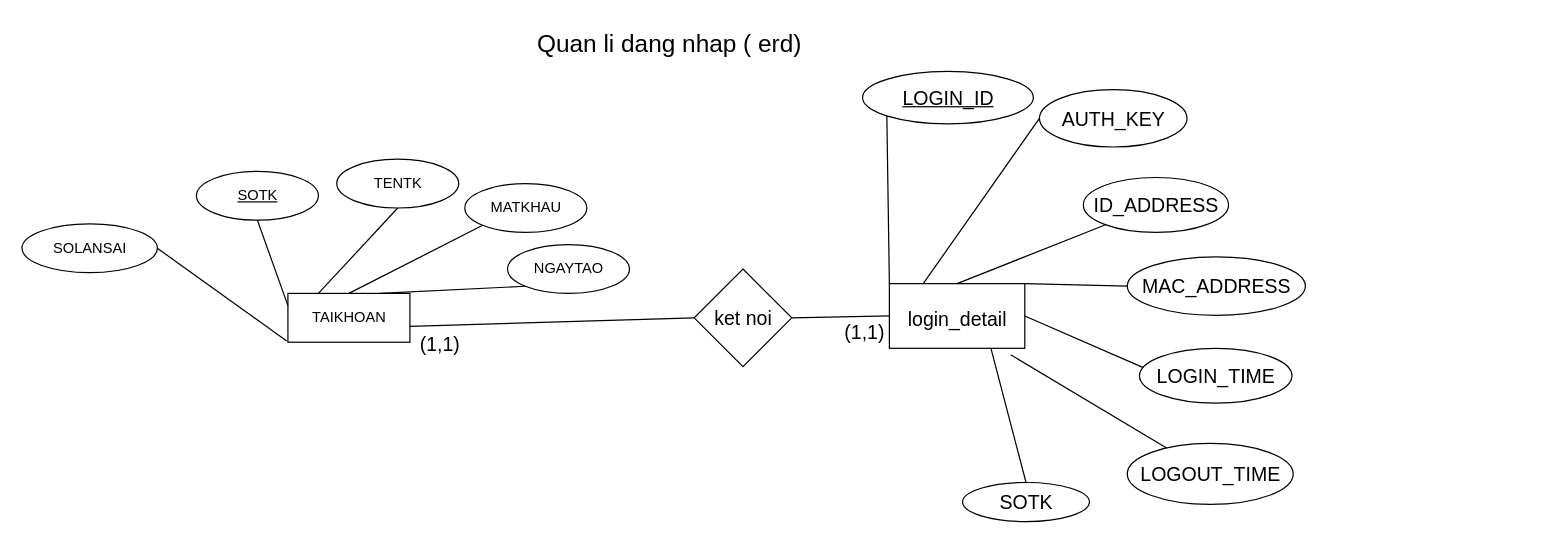
The draw.io diagram Login_TaiKhoan_QuanLiPhanQuyen/Login/ERD/DangNhap.drawio in VoHoangDai/CNPM, before the edit. Source tidied: cells renumbered, new cells numbered last; positions are measured from the earlier drawing's top-left corner, leaving out a move shared by most shapes. Both pictures are drawn from the tidied source at 122%, with x=0, y=0 at pixel (21, 21).
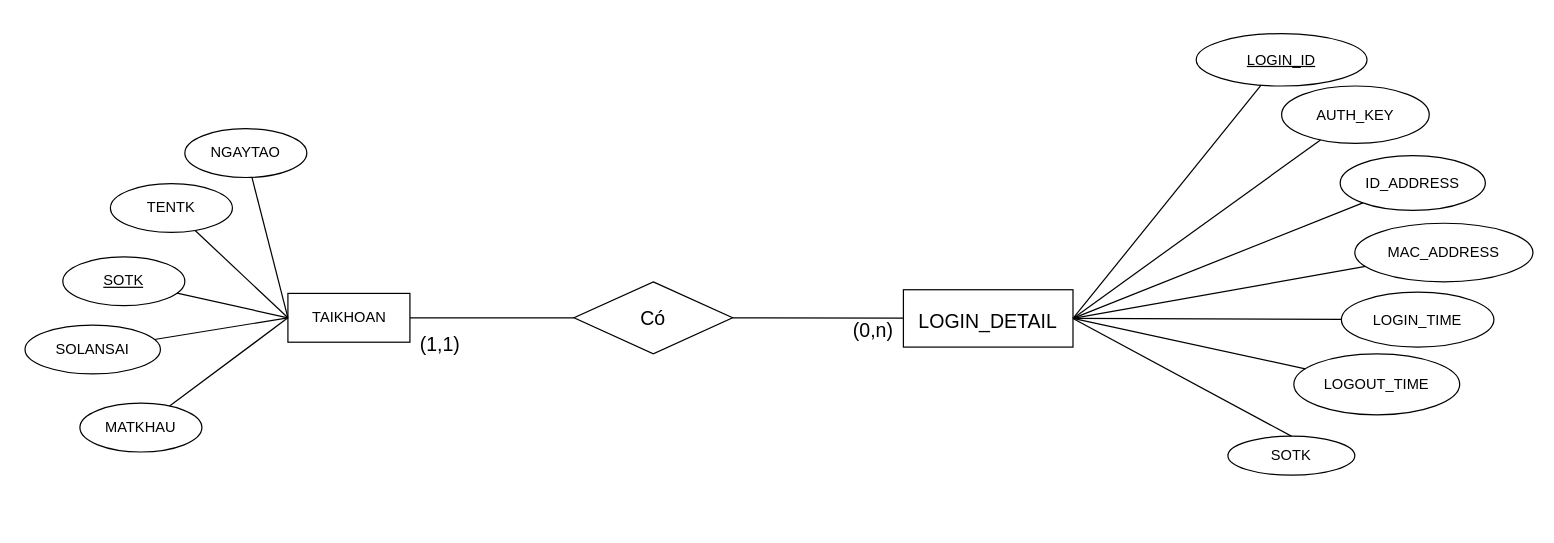
After the change.

Unchanged cells that the change refers to:
```xml
<mxCell id="2" value="TAIKHOAN" style="whiteSpace=wrap;html=1;align=center;" parent="1" vertex="1">
  <mxGeometry x="218.5" y="223" width="100" height="40" as="geometry" />
</mxCell>
```

What changed in the source:
```diff
@@
     <mxCell id="3" value="SOTK" style="ellipse;whiteSpace=wrap;html=1;align=center;fontStyle=4;" parent="1" vertex="1">
-      <mxGeometry x="143.5" y="123" width="100" height="40" as="geometry" />
+      <mxGeometry x="34" y="193" width="100" height="40" as="geometry" />
     </mxCell>
     <mxCell id="4" value="TENTK" style="ellipse;whiteSpace=wrap;html=1;align=center;" parent="1" vertex="1">
-      <mxGeometry x="258.5" y="113" width="100" height="40" as="geometry" />
+      <mxGeometry x="73" y="133" width="100" height="40" as="geometry" />
     </mxCell>
     <mxCell id="5" value="MATKHAU" style="ellipse;whiteSpace=wrap;html=1;align=center;" parent="1" vertex="1">
-      <mxGeometry x="363.5" y="133" width="100" height="40" as="geometry" />
+      <mxGeometry x="48" y="313" width="100" height="40" as="geometry" />
     </mxCell>
     <mxCell id="6" value="NGAYTAO" style="ellipse;whiteSpace=wrap;html=1;align=center;" parent="1" vertex="1">
-      <mxGeometry x="398.5" y="183" width="100" height="40" as="geometry" />
+      <mxGeometry x="134" y="88" width="100" height="40" as="geometry" />
     </mxCell>
     <mxCell id="7" value="SOLANSAI" style="ellipse;whiteSpace=wrap;html=1;align=center;" parent="1" vertex="1">
-      <mxGeometry x="0.5" y="166" width="111" height="40" as="geometry" />
+      <mxGeometry x="3" y="249" width="111" height="40" as="geometry" />
     </mxCell>
-    <mxCell id="8" style="endArrow=none;html=1;rounded=0;strokeColor=#000000;exitX=0.5;exitY=1;exitDx=0;exitDy=0;entryX=0;entryY=0.25;entryDx=0;entryDy=0;" parent="1" edge="1" source="3" target="2">
+    <mxCell id="8" style="endArrow=none;html=1;rounded=0;strokeColor=#000000;entryX=0;entryY=0.5;entryDx=0;entryDy=0;" parent="1" edge="1" source="3" target="2">
       <mxGeometry relative="1" as="geometry" />
     </mxCell>
-    <mxCell id="9" style="endArrow=none;html=1;rounded=0;strokeColor=#000000;exitX=0.5;exitY=1;exitDx=0;exitDy=0;entryX=0.25;entryY=0;entryDx=0;entryDy=0;" parent="1" edge="1" source="4" target="2">
+    <mxCell id="9" style="endArrow=none;html=1;rounded=0;strokeColor=#000000;entryX=0;entryY=0.5;entryDx=0;entryDy=0;" parent="1" edge="1" source="4" target="2">
       <mxGeometry relative="1" as="geometry" />
     </mxCell>
-    <mxCell id="10" style="endArrow=none;html=1;rounded=0;strokeColor=#000000;exitX=0;exitY=1;exitDx=0;exitDy=0;entryX=0.5;entryY=0;entryDx=0;entryDy=0;" parent="1" edge="1" source="5" target="2">
+    <mxCell id="10" style="endArrow=none;html=1;rounded=0;strokeColor=#000000;entryX=0;entryY=0.5;entryDx=0;entryDy=0;" parent="1" edge="1" source="5" target="2">
       <mxGeometry relative="1" as="geometry" />
     </mxCell>
-    <mxCell id="11" style="endArrow=none;html=1;rounded=0;strokeColor=#000000;exitX=0.75;exitY=0;exitDx=0;exitDy=0;entryX=0;entryY=1;entryDx=0;entryDy=0;" parent="1" edge="1" source="2" target="6">
+    <mxCell id="11" style="endArrow=none;html=1;rounded=0;strokeColor=#000000;exitX=0;exitY=0.5;exitDx=0;exitDy=0;" parent="1" edge="1" source="2" target="6">
       <mxGeometry relative="1" as="geometry" />
     </mxCell>
-    <mxCell id="12" style="endArrow=none;html=1;rounded=0;strokeColor=#000000;exitX=1;exitY=0.5;exitDx=0;exitDy=0;" parent="1" edge="1" source="7">
-      <mxGeometry relative="1" as="geometry">
-        <mxPoint x="217.5" y="262" as="targetPoint" />
-      </mxGeometry>
+    <mxCell id="12" style="endArrow=none;html=1;rounded=0;strokeColor=#000000;entryX=0;entryY=0.5;entryDx=0;entryDy=0;" parent="1" edge="1" source="7" target="2">
+      <mxGeometry relative="1" as="geometry" />
     </mxCell>
-    <mxCell id="13" value="&lt;font style=&quot;font-size: 20px;&quot;&gt;Quan li dang nhap ( erd)&lt;/font&gt;" style="text;html=1;align=center;verticalAlign=middle;strokeColor=none;fillColor=none;" parent="1" vertex="1">
-      <mxGeometry x="413.5" width="235" height="36" as="geometry" />
-    </mxCell>
-    <mxCell id="14" value="&lt;font style=&quot;font-size: 16px;&quot;&gt;login_detail&lt;/font&gt;" style="rounded=0;whiteSpace=wrap;html=1;fontSize=20;" parent="1" vertex="1">
-      <mxGeometry x="711.5" y="215" width="111" height="53" as="geometry" />
+    <mxCell id="14" value="&lt;font style=&quot;font-size: 16px&quot;&gt;LOGIN_DETAIL&lt;/font&gt;" style="rounded=0;whiteSpace=wrap;html=1;fontSize=20;align=center;" parent="1" vertex="1">
+      <mxGeometry x="723" y="220" width="139" height="47" as="geometry" />
     </mxCell>
-    <mxCell id="15" style="endArrow=none;html=1;rounded=0;fontSize=16;entryX=0;entryY=0.5;entryDx=0;entryDy=0;" parent="1" edge="1" target="16">
-      <mxGeometry relative="1" as="geometry">
-        <mxPoint x="318.5" y="250" as="sourcePoint" />
-      </mxGeometry>
+    <mxCell id="15" style="endArrow=none;html=1;rounded=0;fontSize=16;entryX=0;entryY=0.5;entryDx=0;entryDy=0;" parent="1" edge="1" source="2" target="16">
+      <mxGeometry relative="1" as="geometry" />
     </mxCell>
-    <mxCell id="16" value="ket noi" style="rhombus;whiteSpace=wrap;html=1;fontSize=16;" parent="1" vertex="1">
-      <mxGeometry x="551.5" y="203" width="80" height="80" as="geometry" />
+    <mxCell id="16" value="Có" style="rhombus;whiteSpace=wrap;html=1;fontSize=16;" parent="1" vertex="1">
+      <mxGeometry x="453" y="213.5" width="130" height="59" as="geometry" />
     </mxCell>
-    <mxCell id="17" style="endArrow=none;html=1;rounded=0;fontSize=16;entryX=0;entryY=0.5;entryDx=0;entryDy=0;exitX=1;exitY=0.5;exitDx=0;exitDy=0;" parent="1" edge="1" source="16" target="14">
+    <mxCell id="17" style="endArrow=none;html=1;rounded=0;fontSize=16;exitX=1;exitY=0.5;exitDx=0;exitDy=0;" parent="1" edge="1" source="16" target="14">
       <mxGeometry relative="1" as="geometry" />
     </mxCell>
@@
-    <mxCell id="19" value="(1,1)" style="text;html=1;align=center;verticalAlign=middle;strokeColor=none;fillColor=none;fontSize=16;" parent="1" vertex="1">
-      <mxGeometry x="665.5" y="239" width="51" height="31" as="geometry" />
+    <mxCell id="19" value="(0,n)" style="text;html=1;align=center;verticalAlign=middle;strokeColor=none;fillColor=none;fontSize=16;" parent="1" vertex="1">
+      <mxGeometry x="673" y="243" width="50" height="20" as="geometry" />
     </mxCell>
-    <mxCell id="20" value="&lt;u&gt;LOGIN_ID&lt;/u&gt;" style="ellipse;whiteSpace=wrap;html=1;fontSize=16;" parent="1" vertex="1">
-      <mxGeometry x="689.5" y="41" width="140" height="43" as="geometry" />
+    <mxCell id="20" value="&lt;u style=&quot;font-size: 12px;&quot;&gt;LOGIN_ID&lt;/u&gt;" style="ellipse;whiteSpace=wrap;html=1;fontSize=12;" parent="1" vertex="1">
+      <mxGeometry x="963" y="10" width="140" height="43" as="geometry" />
     </mxCell>
-    <mxCell id="21" style="endArrow=none;html=1;rounded=0;fontSize=16;entryX=0;entryY=1;entryDx=0;entryDy=0;exitX=0;exitY=0;exitDx=0;exitDy=0;" parent="1" edge="1" source="14" target="20">
+    <mxCell id="21" style="endArrow=none;html=1;rounded=0;fontSize=16;exitX=1;exitY=0.5;exitDx=0;exitDy=0;" parent="1" edge="1" source="14" target="20">
       <mxGeometry relative="1" as="geometry" />
     </mxCell>
-    <mxCell id="22" value="AUTH_KEY" style="ellipse;whiteSpace=wrap;html=1;fontSize=16;" parent="1" vertex="1">
-      <mxGeometry x="834.5" y="56" width="121" height="47" as="geometry" />
+    <mxCell id="22" value="AUTH_KEY" style="ellipse;whiteSpace=wrap;html=1;fontSize=12;" parent="1" vertex="1">
+      <mxGeometry x="1033" y="53" width="121" height="47" as="geometry" />
     </mxCell>
-    <mxCell id="23" style="endArrow=none;html=1;rounded=0;fontSize=16;entryX=0;entryY=0.5;entryDx=0;entryDy=0;exitX=0.25;exitY=0;exitDx=0;exitDy=0;" parent="1" edge="1" source="14" target="22">
+    <mxCell id="23" style="endArrow=none;html=1;rounded=0;fontSize=16;exitX=1;exitY=0.5;exitDx=0;exitDy=0;" parent="1" edge="1" source="14" target="22">
       <mxGeometry relative="1" as="geometry" />
     </mxCell>
-    <mxCell id="24" value="ID_ADDRESS" style="ellipse;whiteSpace=wrap;html=1;fontSize=16;" parent="1" vertex="1">
-      <mxGeometry x="870.5" y="128" width="119" height="45" as="geometry" />
+    <mxCell id="24" value="ID_ADDRESS" style="ellipse;whiteSpace=wrap;html=1;fontSize=12;" parent="1" vertex="1">
+      <mxGeometry x="1081" y="110" width="119" height="45" as="geometry" />
     </mxCell>
-    <mxCell id="25" style="endArrow=none;html=1;rounded=0;fontSize=16;exitX=0.5;exitY=0;exitDx=0;exitDy=0;" parent="1" edge="1" source="14" target="24">
+    <mxCell id="25" style="endArrow=none;html=1;rounded=0;fontSize=16;exitX=1;exitY=0.5;exitDx=0;exitDy=0;" parent="1" edge="1" source="14" target="24">
       <mxGeometry relative="1" as="geometry" />
     </mxCell>
-    <mxCell id="26" value="MAC_ADDRESS" style="ellipse;whiteSpace=wrap;html=1;fontSize=16;" parent="1" vertex="1">
-      <mxGeometry x="906.5" y="193" width="146" height="48" as="geometry" />
+    <mxCell id="26" value="MAC_ADDRESS" style="ellipse;whiteSpace=wrap;html=1;fontSize=12;" parent="1" vertex="1">
+      <mxGeometry x="1093" y="165.5" width="146" height="48" as="geometry" />
     </mxCell>
-    <mxCell id="27" style="endArrow=none;html=1;rounded=0;fontSize=16;entryX=0;entryY=0.5;entryDx=0;entryDy=0;exitX=1;exitY=0;exitDx=0;exitDy=0;" parent="1" edge="1" source="14" target="26">
+    <mxCell id="27" style="endArrow=none;html=1;rounded=0;fontSize=16;exitX=1;exitY=0.5;exitDx=0;exitDy=0;" parent="1" edge="1" source="14" target="26">
       <mxGeometry relative="1" as="geometry" />
     </mxCell>
-    <mxCell id="28" value="LOGIN_TIME" style="ellipse;whiteSpace=wrap;html=1;fontSize=16;" parent="1" vertex="1">
-      <mxGeometry x="916.5" y="268" width="125" height="45" as="geometry" />
+    <mxCell id="28" value="LOGIN_TIME" style="ellipse;whiteSpace=wrap;html=1;fontSize=12;" parent="1" vertex="1">
+      <mxGeometry x="1082" y="222" width="125" height="45" as="geometry" />
     </mxCell>
-    <mxCell id="29" style="endArrow=none;html=1;rounded=0;fontSize=16;entryX=0.025;entryY=0.352;entryDx=0;entryDy=0;entryPerimeter=0;exitX=1;exitY=0.5;exitDx=0;exitDy=0;" parent="1" edge="1" source="14" target="28">
+    <mxCell id="29" style="endArrow=none;html=1;rounded=0;fontSize=16;exitX=1;exitY=0.5;exitDx=0;exitDy=0;" parent="1" edge="1" source="14" target="28">
       <mxGeometry relative="1" as="geometry" />
     </mxCell>
-    <mxCell id="30" value="LOGOUT_TIME" style="ellipse;whiteSpace=wrap;html=1;fontSize=16;" parent="1" vertex="1">
-      <mxGeometry x="906.5" y="346" width="136" height="50" as="geometry" />
+    <mxCell id="30" value="LOGOUT_TIME" style="ellipse;whiteSpace=wrap;html=1;fontSize=12;" parent="1" vertex="1">
+      <mxGeometry x="1043" y="272.5" width="136" height="50" as="geometry" />
     </mxCell>
-    <mxCell id="31" style="endArrow=none;html=1;rounded=0;fontSize=16;exitX=0.896;exitY=1.1;exitDx=0;exitDy=0;exitPerimeter=0;" parent="1" edge="1" source="14" target="30">
+    <mxCell id="31" style="endArrow=none;html=1;rounded=0;fontSize=16;exitX=1;exitY=0.5;exitDx=0;exitDy=0;" parent="1" edge="1" source="14" target="30">
       <mxGeometry relative="1" as="geometry" />
     </mxCell>
-    <mxCell id="32" value="SOTK" style="ellipse;whiteSpace=wrap;html=1;fontSize=16;" parent="1" vertex="1">
-      <mxGeometry x="771.5" y="378" width="104" height="32" as="geometry" />
+    <mxCell id="32" value="SOTK" style="ellipse;whiteSpace=wrap;html=1;fontSize=12;" parent="1" vertex="1">
+      <mxGeometry x="989" y="340" width="104" height="32" as="geometry" />
     </mxCell>
-    <mxCell id="33" style="endArrow=none;html=1;rounded=0;fontSize=16;entryX=0.5;entryY=0;entryDx=0;entryDy=0;exitX=0.75;exitY=1;exitDx=0;exitDy=0;" parent="1" edge="1" source="14" target="32">
+    <mxCell id="33" style="endArrow=none;html=1;rounded=0;fontSize=16;entryX=0.5;entryY=0;entryDx=0;entryDy=0;exitX=1;exitY=0.5;exitDx=0;exitDy=0;" parent="1" edge="1" source="14" target="32">
       <mxGeometry relative="1" as="geometry" />
     </mxCell>
```
